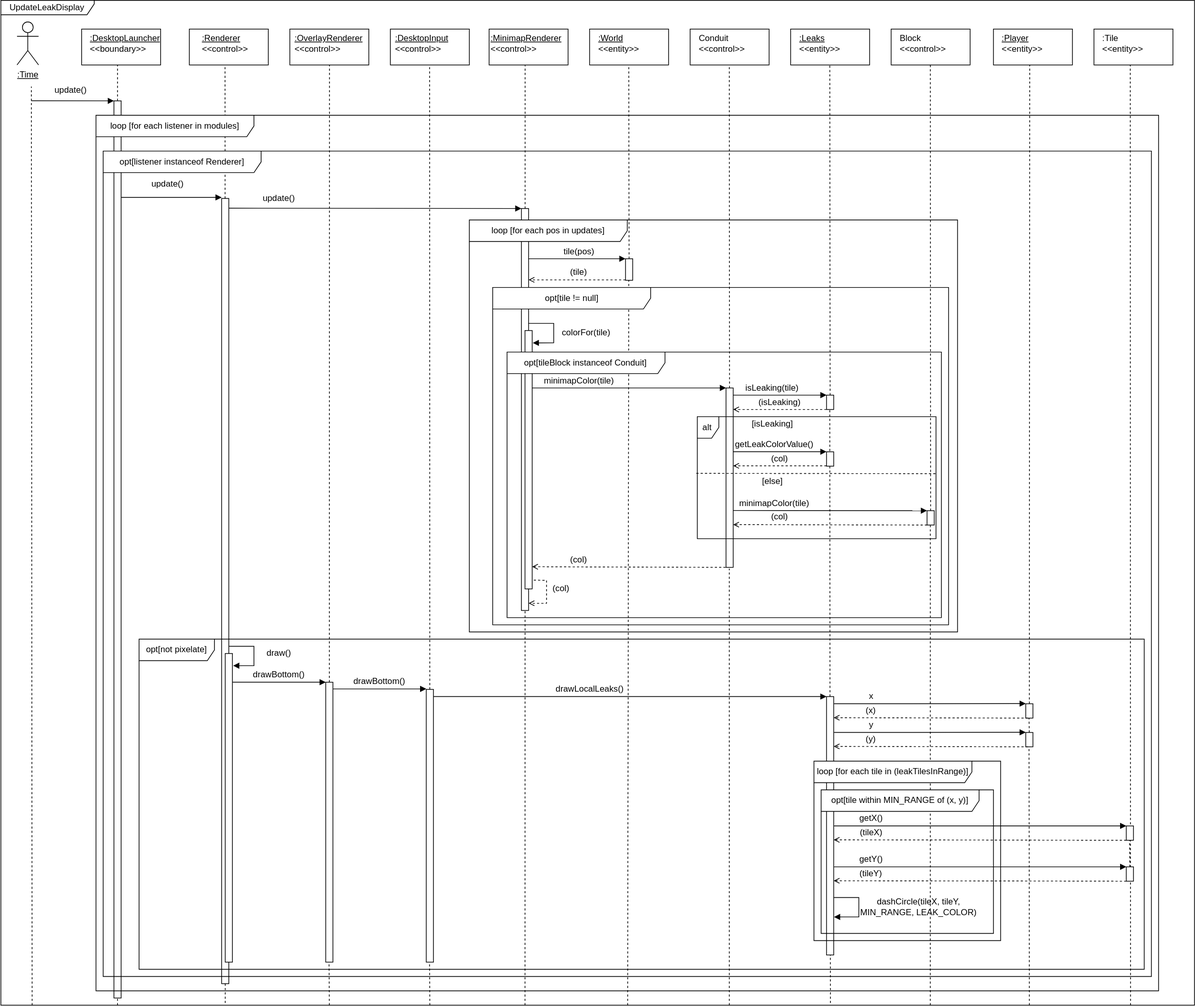
This is SE202526/Milestone3/UserStory2/assets/seqUpdateLeakDisplay.svg from gabits17/Mindustry-Add-ons-SE-Project, a draw.io export, as it was before one commit. Source tidied: cells renumbered, new cells last; positions are measured from the earlier drawing's top-left corner, leaving out a move shared by most shapes.
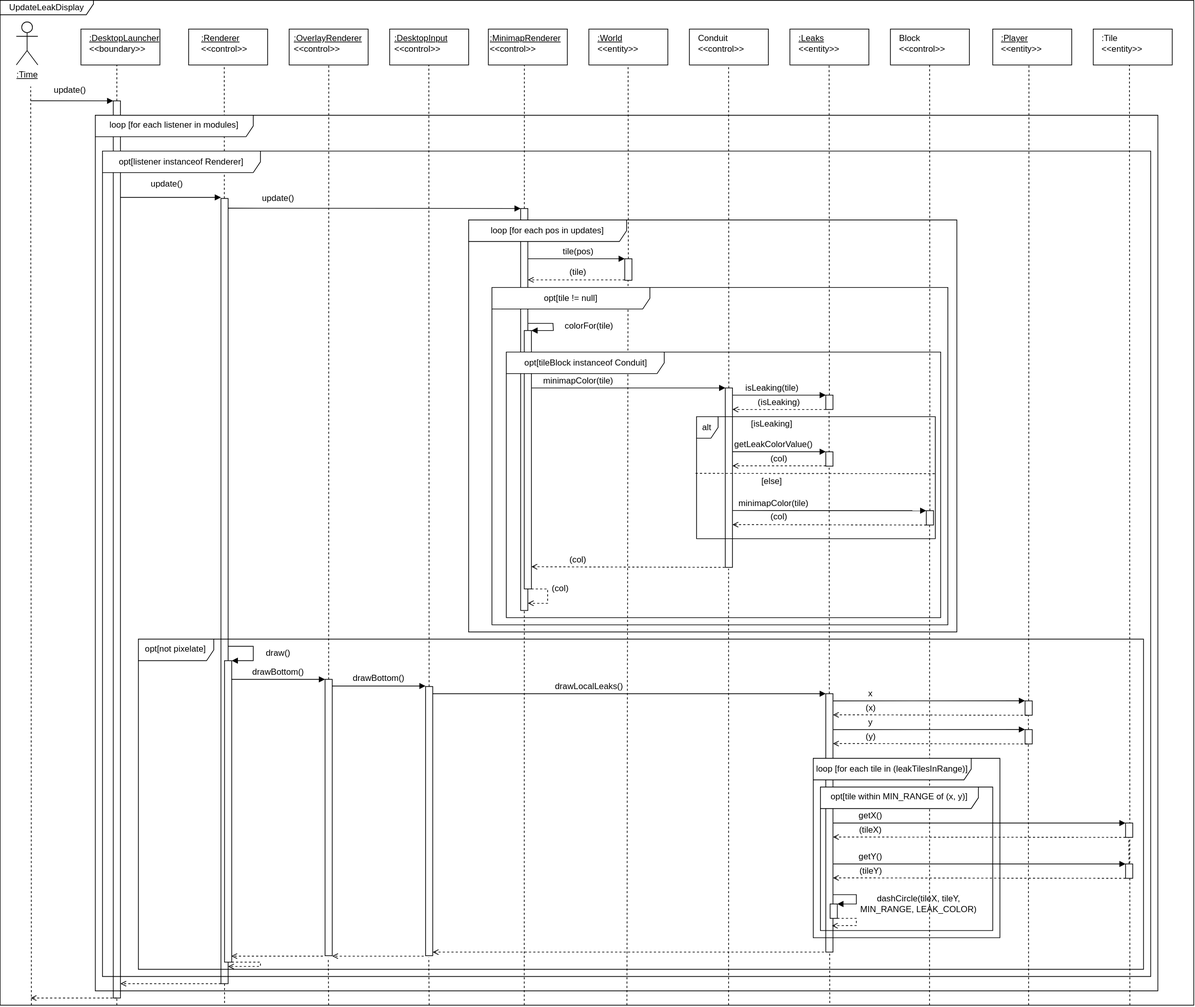
Above is the later version.

What changed in the source:
```diff
@@ -6,7 +6,7 @@
       <mxGeometry x="307" y="276" width="10" height="1094" as="geometry" />
     </mxCell>
     <mxCell id="3" style="rounded=0;whiteSpace=wrap;html=1;" parent="1" vertex="1">
-      <mxGeometry x="312" y="910" width="10" height="430" as="geometry" />
+      <mxGeometry x="312" y="920" width="10" height="420" as="geometry" />
     </mxCell>
     <mxCell id="4" style="endArrow=none;dashed=1;html=1;rounded=0;entryX=0.456;entryY=1.007;entryDx=0;entryDy=0;entryPerimeter=0;" parent="1" edge="1" target="11">
       <mxGeometry relative="1" as="geometry">
@@ -157,12 +157,12 @@
     <mxCell id="42" style="rounded=0;whiteSpace=wrap;html=1;" parent="1" vertex="1">
       <mxGeometry x="729.5" y="460" width="10" height="360" as="geometry" />
     </mxCell>
-    <mxCell id="43" style="endArrow=block;html=1;rounded=0;endFill=1;entryX=1.076;entryY=0.048;entryDx=0;entryDy=0;entryPerimeter=0;" parent="1" edge="1" target="42">
+    <mxCell id="43" style="endArrow=block;html=1;rounded=0;endFill=1;entryX=1;entryY=0;entryDx=0;entryDy=0;" parent="1" edge="1" target="42">
       <mxGeometry relative="1" as="geometry">
         <mxPoint x="734.5" y="450" as="sourcePoint" />
         <Array as="points">
           <mxPoint x="769.5" y="450" />
-          <mxPoint x="769.5" y="477" />
+          <mxPoint x="770" y="460" />
         </Array>
       </mxGeometry>
     </mxCell>
@@ -170,7 +170,7 @@
       <mxGeometry x="704.5" y="490" width="605" height="370" as="geometry" />
     </mxCell>
     <mxCell id="45" value="colorFor(tile)" style="text;html=1;whiteSpace=wrap;strokeColor=none;fillColor=none;align=center;verticalAlign=middle;rounded=0;" parent="1" vertex="1">
-      <mxGeometry x="769.5" y="453" width="90" height="20" as="geometry" />
+      <mxGeometry x="774.5" y="444" width="90" height="20" as="geometry" />
     </mxCell>
     <mxCell id="46" style="endArrow=none;dashed=1;html=1;rounded=0;entryX=0.456;entryY=1.007;entryDx=0;entryDy=0;entryPerimeter=0;" parent="1" edge="1" target="47">
       <mxGeometry relative="1" as="geometry">
@@ -299,12 +299,12 @@
     <mxCell id="78" value="(col)" style="text;html=1;whiteSpace=wrap;strokeColor=none;fillColor=none;align=center;verticalAlign=middle;rounded=0;" parent="1" vertex="1">
       <mxGeometry x="1047" y="710.4" width="75" height="20" as="geometry" />
     </mxCell>
-    <mxCell id="79" style="endArrow=open;html=1;rounded=0;endFill=0;dashed=1;entryX=1.058;entryY=0.718;entryDx=0;entryDy=0;entryPerimeter=0;exitX=1.226;exitY=0.966;exitDx=0;exitDy=0;exitPerimeter=0;" parent="1" edge="1" source="42">
+    <mxCell id="79" style="endArrow=open;html=1;rounded=0;endFill=0;dashed=1;entryX=1.058;entryY=0.718;entryDx=0;entryDy=0;entryPerimeter=0;exitX=1;exitY=1;exitDx=0;exitDy=0;" parent="1" edge="1" source="42">
       <mxGeometry relative="1" as="geometry">
         <mxPoint x="734.5" y="840" as="targetPoint" />
         <Array as="points">
-          <mxPoint x="759.5" y="808" />
-          <mxPoint x="759.5" y="840" />
+          <mxPoint x="762" y="820" />
+          <mxPoint x="762" y="840" />
         </Array>
       </mxGeometry>
     </mxCell>
@@ -314,13 +314,12 @@
     <mxCell id="81" value="opt[not pixelate]" style="shape=umlFrame;whiteSpace=wrap;html=1;width=105;height=30;" parent="1" vertex="1">
       <mxGeometry x="192" y="890" width="1400" height="460" as="geometry" />
     </mxCell>
-    <mxCell id="82" style="endArrow=block;html=1;rounded=0;endFill=1;entryX=1.076;entryY=0.048;entryDx=0;entryDy=0;entryPerimeter=0;" parent="1" edge="1">
+    <mxCell id="82" style="endArrow=block;html=1;rounded=0;endFill=1;entryX=1;entryY=0;entryDx=0;entryDy=0;" parent="1" edge="1" target="3">
       <mxGeometry relative="1" as="geometry">
         <mxPoint x="317" y="900" as="sourcePoint" />
-        <mxPoint x="323" y="927" as="targetPoint" />
         <Array as="points">
           <mxPoint x="352" y="900" />
-          <mxPoint x="352" y="927" />
+          <mxPoint x="352" y="920" />
         </Array>
       </mxGeometry>
     </mxCell>
@@ -344,16 +343,16 @@
       </mxGeometry>
     </mxCell>
     <mxCell id="88" style="rounded=0;whiteSpace=wrap;html=1;" parent="1" vertex="1">
-      <mxGeometry x="452" y="950" width="10" height="390" as="geometry" />
+      <mxGeometry x="452" y="946" width="10" height="385" as="geometry" />
     </mxCell>
     <mxCell id="89" style="endArrow=block;html=1;rounded=0;endFill=1;" parent="1" edge="1">
       <mxGeometry relative="1" as="geometry">
-        <mxPoint x="322" y="950" as="sourcePoint" />
-        <mxPoint x="452" y="950" as="targetPoint" />
+        <mxPoint x="322" y="946" as="sourcePoint" />
+        <mxPoint x="452" y="946" as="targetPoint" />
       </mxGeometry>
     </mxCell>
     <mxCell id="90" value="drawBottom()" style="text;html=1;whiteSpace=wrap;strokeColor=none;fillColor=none;align=center;verticalAlign=middle;rounded=0;" parent="1" vertex="1">
-      <mxGeometry x="357" y="930" width="60" height="20" as="geometry" />
+      <mxGeometry x="357" y="926" width="60" height="20" as="geometry" />
     </mxCell>
     <mxCell id="91" value="&lt;div style=&quot;text-align: left;&quot;&gt;&lt;br&gt;&lt;/div&gt;" style="rounded=0;whiteSpace=wrap;html=1;" parent="1" vertex="1">
       <mxGeometry x="542" y="40" width="110" height="50" as="geometry" />
@@ -372,16 +371,16 @@
       </mxGeometry>
     </mxCell>
     <mxCell id="95" style="rounded=0;whiteSpace=wrap;html=1;" parent="1" vertex="1">
-      <mxGeometry x="592" y="960" width="10" height="380" as="geometry" />
+      <mxGeometry x="592" y="956" width="10" height="375" as="geometry" />
     </mxCell>
     <mxCell id="96" style="endArrow=block;html=1;rounded=0;endFill=1;" parent="1" edge="1">
       <mxGeometry relative="1" as="geometry">
-        <mxPoint x="462" y="959.3" as="sourcePoint" />
-        <mxPoint x="592" y="959.3" as="targetPoint" />
+        <mxPoint x="462" y="955.3" as="sourcePoint" />
+        <mxPoint x="592" y="955.3" as="targetPoint" />
       </mxGeometry>
     </mxCell>
     <mxCell id="97" value="drawBottom()" style="text;html=1;whiteSpace=wrap;strokeColor=none;fillColor=none;align=center;verticalAlign=middle;rounded=0;" parent="1" vertex="1">
-      <mxGeometry x="497" y="939.3" width="60" height="20" as="geometry" />
+      <mxGeometry x="497" y="935.3" width="60" height="20" as="geometry" />
     </mxCell>
     <mxCell id="98" style="endArrow=none;dashed=1;html=1;rounded=0;" parent="1" edge="1">
       <mxGeometry relative="1" as="geometry">
@@ -390,15 +389,15 @@
       </mxGeometry>
     </mxCell>
     <mxCell id="99" style="rounded=0;whiteSpace=wrap;html=1;" parent="1" vertex="1">
-      <mxGeometry x="1149.5" y="970" width="10" height="360" as="geometry" />
+      <mxGeometry x="1149.5" y="966" width="10" height="360" as="geometry" />
     </mxCell>
     <mxCell id="100" style="endArrow=block;html=1;rounded=0;endFill=1;entryX=0;entryY=0;entryDx=0;entryDy=0;" parent="1" edge="1" target="99">
       <mxGeometry relative="1" as="geometry">
-        <mxPoint x="602" y="970" as="sourcePoint" />
+        <mxPoint x="602" y="966" as="sourcePoint" />
       </mxGeometry>
     </mxCell>
     <mxCell id="101" value="drawLocalLeaks()" style="text;html=1;whiteSpace=wrap;strokeColor=none;fillColor=none;align=center;verticalAlign=middle;rounded=0;" parent="1" vertex="1">
-      <mxGeometry x="789.5" y="950" width="60" height="20" as="geometry" />
+      <mxGeometry x="789.5" y="946" width="60" height="20" as="geometry" />
     </mxCell>
     <mxCell id="102" value="&lt;div style=&quot;text-align: left;&quot;&gt;&lt;br&gt;&lt;/div&gt;" style="rounded=0;whiteSpace=wrap;html=1;" parent="1" vertex="1">
       <mxGeometry x="1382" y="40" width="110" height="50" as="geometry" />
@@ -415,7 +414,7 @@
       <mxGeometry relative="1" as="geometry" />
     </mxCell>
     <mxCell id="106" style="rounded=0;whiteSpace=wrap;html=1;" parent="1" vertex="1">
-      <mxGeometry x="1427" y="980" width="10" height="20" as="geometry" />
+      <mxGeometry x="1427" y="976" width="10" height="20" as="geometry" />
     </mxCell>
     <mxCell id="107" style="endArrow=none;dashed=1;html=1;rounded=0;entryX=0.456;entryY=1.007;entryDx=0;entryDy=0;entryPerimeter=0;" parent="1" edge="1" target="108">
       <mxGeometry relative="1" as="geometry">
@@ -423,49 +422,49 @@
       </mxGeometry>
     </mxCell>
     <mxCell id="108" style="rounded=0;whiteSpace=wrap;html=1;" parent="1" vertex="1">
-      <mxGeometry x="1427" y="1020" width="10" height="20" as="geometry" />
+      <mxGeometry x="1427" y="1016" width="10" height="20" as="geometry" />
     </mxCell>
     <mxCell id="109" style="endArrow=block;html=1;rounded=0;endFill=1;entryX=0;entryY=0;entryDx=0;entryDy=0;" parent="1" edge="1">
       <mxGeometry relative="1" as="geometry">
-        <mxPoint x="1160" y="980" as="sourcePoint" />
-        <mxPoint x="1427" y="979.8" as="targetPoint" />
+        <mxPoint x="1160" y="976" as="sourcePoint" />
+        <mxPoint x="1427" y="975.8" as="targetPoint" />
       </mxGeometry>
     </mxCell>
     <mxCell id="110" value="x" style="text;html=1;whiteSpace=wrap;strokeColor=none;fillColor=none;align=center;verticalAlign=middle;rounded=0;" parent="1" vertex="1">
-      <mxGeometry x="1202" y="960" width="20" height="20" as="geometry" />
+      <mxGeometry x="1202" y="956" width="20" height="20" as="geometry" />
     </mxCell>
     <mxCell id="111" style="endArrow=open;html=1;rounded=0;endFill=0;dashed=1;exitX=0;exitY=1;exitDx=0;exitDy=0;" parent="1" edge="1">
       <mxGeometry relative="1" as="geometry">
-        <mxPoint x="1430" y="1000" as="sourcePoint" />
-        <mxPoint x="1159.5" y="999.4" as="targetPoint" />
+        <mxPoint x="1430" y="996" as="sourcePoint" />
+        <mxPoint x="1159.5" y="995.4" as="targetPoint" />
       </mxGeometry>
     </mxCell>
     <mxCell id="112" value="(x)" style="text;html=1;whiteSpace=wrap;strokeColor=none;fillColor=none;align=center;verticalAlign=middle;rounded=0;" parent="1" vertex="1">
-      <mxGeometry x="1174.5" y="980" width="75" height="20" as="geometry" />
+      <mxGeometry x="1174.5" y="976" width="75" height="20" as="geometry" />
     </mxCell>
     <mxCell id="113" style="endArrow=block;html=1;rounded=0;endFill=1;entryX=0;entryY=0;entryDx=0;entryDy=0;exitX=1.085;exitY=0.036;exitDx=0;exitDy=0;exitPerimeter=0;" parent="1" edge="1">
       <mxGeometry relative="1" as="geometry">
-        <mxPoint x="1160" y="1020" as="sourcePoint" />
-        <mxPoint x="1427" y="1019.8" as="targetPoint" />
+        <mxPoint x="1160" y="1016" as="sourcePoint" />
+        <mxPoint x="1427" y="1015.8" as="targetPoint" />
       </mxGeometry>
     </mxCell>
     <mxCell id="114" value="y" style="text;html=1;whiteSpace=wrap;strokeColor=none;fillColor=none;align=center;verticalAlign=middle;rounded=0;" parent="1" vertex="1">
-      <mxGeometry x="1202" y="1000" width="20" height="20" as="geometry" />
+      <mxGeometry x="1202" y="996" width="20" height="20" as="geometry" />
     </mxCell>
     <mxCell id="115" style="endArrow=open;html=1;rounded=0;endFill=0;dashed=1;exitX=0;exitY=1;exitDx=0;exitDy=0;" parent="1" edge="1">
       <mxGeometry relative="1" as="geometry">
-        <mxPoint x="1430" y="1040" as="sourcePoint" />
-        <mxPoint x="1159.5" y="1039.4" as="targetPoint" />
+        <mxPoint x="1430" y="1036" as="sourcePoint" />
+        <mxPoint x="1159.5" y="1035.4" as="targetPoint" />
       </mxGeometry>
     </mxCell>
     <mxCell id="116" value="(y)" style="text;html=1;whiteSpace=wrap;strokeColor=none;fillColor=none;align=center;verticalAlign=middle;rounded=0;" parent="1" vertex="1">
-      <mxGeometry x="1174.5" y="1020" width="75" height="20" as="geometry" />
+      <mxGeometry x="1174.5" y="1016" width="75" height="20" as="geometry" />
     </mxCell>
     <mxCell id="117" value="loop [for each tile in (leakTilesInRange)]" style="shape=umlFrame;whiteSpace=wrap;html=1;width=220;height=30;" parent="1" vertex="1">
-      <mxGeometry x="1132" y="1060" width="260" height="250" as="geometry" />
+      <mxGeometry x="1132" y="1056" width="260" height="250" as="geometry" />
     </mxCell>
     <mxCell id="118" value="opt[tile within MIN_RANGE of (x, y)]" style="shape=umlFrame;whiteSpace=wrap;html=1;width=220;height=30;" parent="1" vertex="1">
-      <mxGeometry x="1142" y="1100" width="240" height="200" as="geometry" />
+      <mxGeometry x="1142" y="1096" width="240" height="200" as="geometry" />
     </mxCell>
     <mxCell id="119" value="&lt;div style=&quot;text-align: left;&quot;&gt;&lt;br&gt;&lt;/div&gt;" style="rounded=0;whiteSpace=wrap;html=1;" parent="1" vertex="1">
       <mxGeometry x="1522" y="40" width="110" height="50" as="geometry" />
@@ -483,54 +482,104 @@
       <mxGeometry relative="1" as="geometry" />
     </mxCell>
     <mxCell id="123" style="rounded=0;whiteSpace=wrap;html=1;" parent="1" vertex="1">
-      <mxGeometry x="1567" y="1150.2" width="10" height="20" as="geometry" />
+      <mxGeometry x="1567" y="1146.2" width="10" height="20" as="geometry" />
     </mxCell>
     <mxCell id="124" style="rounded=0;whiteSpace=wrap;html=1;" parent="1" vertex="1">
-      <mxGeometry x="1567" y="1207.2" width="10" height="20" as="geometry" />
+      <mxGeometry x="1567" y="1203.2" width="10" height="20" as="geometry" />
     </mxCell>
     <mxCell id="125" style="endArrow=block;html=1;rounded=0;endFill=1;exitX=1.085;exitY=0.036;exitDx=0;exitDy=0;exitPerimeter=0;entryX=0;entryY=0;entryDx=0;entryDy=0;" parent="1" edge="1" target="123">
       <mxGeometry relative="1" as="geometry">
-        <mxPoint x="1160" y="1150.2" as="sourcePoint" />
+        <mxPoint x="1160" y="1146.2" as="sourcePoint" />
       </mxGeometry>
     </mxCell>
     <mxCell id="126" style="endArrow=open;html=1;rounded=0;endFill=0;dashed=1;exitX=0;exitY=1;exitDx=0;exitDy=0;" parent="1" edge="1" source="123">
       <mxGeometry relative="1" as="geometry">
-        <mxPoint x="1159.5" y="1169.6" as="targetPoint" />
+        <mxPoint x="1159.5" y="1165.6" as="targetPoint" />
       </mxGeometry>
     </mxCell>
     <mxCell id="127" style="endArrow=block;html=1;rounded=0;endFill=1;entryX=0;entryY=0;entryDx=0;entryDy=0;exitX=1.085;exitY=0.036;exitDx=0;exitDy=0;exitPerimeter=0;" parent="1" edge="1" target="124">
       <mxGeometry relative="1" as="geometry">
-        <mxPoint x="1160" y="1207.2" as="sourcePoint" />
+        <mxPoint x="1160" y="1203.2" as="sourcePoint" />
       </mxGeometry>
     </mxCell>
     <mxCell id="128" value="getY()" style="text;html=1;whiteSpace=wrap;strokeColor=none;fillColor=none;align=center;verticalAlign=middle;rounded=0;" parent="1" vertex="1">
-      <mxGeometry x="1202" y="1187.2" width="20" height="20" as="geometry" />
+      <mxGeometry x="1202" y="1183.2" width="20" height="20" as="geometry" />
     </mxCell>
     <mxCell id="129" style="endArrow=open;html=1;rounded=0;endFill=0;dashed=1;exitX=0;exitY=1;exitDx=0;exitDy=0;" parent="1" edge="1" source="124">
       <mxGeometry relative="1" as="geometry">
-        <mxPoint x="1159.5" y="1226.6" as="targetPoint" />
+        <mxPoint x="1159.5" y="1222.6" as="targetPoint" />
       </mxGeometry>
     </mxCell>
     <mxCell id="130" value="(tileY)" style="text;html=1;whiteSpace=wrap;strokeColor=none;fillColor=none;align=center;verticalAlign=middle;rounded=0;" parent="1" vertex="1">
-      <mxGeometry x="1174.5" y="1207.2" width="75" height="20" as="geometry" />
+      <mxGeometry x="1174.5" y="1203.2" width="75" height="20" as="geometry" />
     </mxCell>
     <mxCell id="131" value="getX()" style="text;html=1;whiteSpace=wrap;strokeColor=none;fillColor=none;align=center;verticalAlign=middle;rounded=0;" parent="1" vertex="1">
-      <mxGeometry x="1202" y="1130.2" width="20" height="20" as="geometry" />
+      <mxGeometry x="1202" y="1126.2" width="20" height="20" as="geometry" />
     </mxCell>
     <mxCell id="132" value="(tileX)" style="text;html=1;whiteSpace=wrap;strokeColor=none;fillColor=none;align=center;verticalAlign=middle;rounded=0;" parent="1" vertex="1">
-      <mxGeometry x="1202" y="1150.2" width="20" height="20" as="geometry" />
+      <mxGeometry x="1202" y="1146.2" width="20" height="20" as="geometry" />
     </mxCell>
-    <mxCell id="133" style="endArrow=block;html=1;rounded=0;endFill=1;entryX=1.046;entryY=0.853;entryDx=0;entryDy=0;entryPerimeter=0;" parent="1" edge="1" target="99">
+    <mxCell id="133" style="endArrow=block;html=1;rounded=0;endFill=1;entryX=1;entryY=0;entryDx=0;entryDy=0;" parent="1" edge="1" target="135">
       <mxGeometry relative="1" as="geometry">
-        <mxPoint x="1159.5" y="1250" as="sourcePoint" />
+        <mxPoint x="1159.5" y="1246" as="sourcePoint" />
         <Array as="points">
-          <mxPoint x="1194.5" y="1250" />
-          <mxPoint x="1194.5" y="1277" />
+          <mxPoint x="1192" y="1246" />
+          <mxPoint x="1192" y="1259" />
         </Array>
       </mxGeometry>
     </mxCell>
     <mxCell id="134" value="dashCircle(tileX, tileY, MIN_RANGE, LEAK_COLOR)" style="text;html=1;whiteSpace=wrap;strokeColor=none;fillColor=none;align=center;verticalAlign=middle;rounded=0;" parent="1" vertex="1">
-      <mxGeometry x="1194.5" y="1253" width="167.5" height="20" as="geometry" />
+      <mxGeometry x="1194.5" y="1249" width="167.5" height="20" as="geometry" />
     </mxCell>
+    <mxCell id="135" style="rounded=0;whiteSpace=wrap;html=1;" parent="1" vertex="1">
+      <mxGeometry x="1155.5" y="1259" width="10" height="20" as="geometry" />
+    </mxCell>
+    <mxCell id="136" style="endArrow=open;html=1;rounded=0;endFill=0;dashed=1;entryX=0.85;entryY=0.898;entryDx=0;entryDy=0;entryPerimeter=0;exitX=1;exitY=1;exitDx=0;exitDy=0;" parent="1" edge="1" target="99">
+      <mxGeometry relative="1" as="geometry">
+        <mxPoint x="1165.5" y="1279" as="sourcePoint" />
+        <Array as="points">
+          <mxPoint x="1192" y="1279" />
+          <mxPoint x="1192" y="1289" />
+        </Array>
+      </mxGeometry>
+    </mxCell>
+    <mxCell id="137" style="endArrow=open;html=1;rounded=0;endFill=0;entryX=0;entryY=0;entryDx=0;entryDy=0;dashed=1;" parent="1" edge="1">
+      <mxGeometry relative="1" as="geometry">
+        <mxPoint x="1147" y="1326" as="sourcePoint" />
+        <mxPoint x="602" y="1326" as="targetPoint" />
+      </mxGeometry>
+    </mxCell>
+    <mxCell id="138" style="endArrow=open;html=1;rounded=0;endFill=0;dashed=1;" parent="1" edge="1">
+      <mxGeometry relative="1" as="geometry">
+        <mxPoint x="589.5" y="1331.7" as="sourcePoint" />
+        <mxPoint x="462" y="1331.7" as="targetPoint" />
+      </mxGeometry>
+    </mxCell>
+    <mxCell id="139" style="endArrow=open;html=1;rounded=0;endFill=0;dashed=1;" parent="1" edge="1">
+      <mxGeometry relative="1" as="geometry">
+        <mxPoint x="449" y="1331.6" as="sourcePoint" />
+        <mxPoint x="321.5" y="1331.6" as="targetPoint" />
+      </mxGeometry>
+    </mxCell>
+    <mxCell id="140" style="endArrow=open;html=1;rounded=0;endFill=0;dashed=1;exitX=1;exitY=1;exitDx=0;exitDy=0;" parent="1" edge="1">
+      <mxGeometry relative="1" as="geometry">
+        <mxPoint x="322" y="1340" as="sourcePoint" />
+        <mxPoint x="317" y="1346" as="targetPoint" />
+        <Array as="points">
+          <mxPoint x="362" y="1340" />
+          <mxPoint x="362" y="1346" />
+        </Array>
+      </mxGeometry>
+    </mxCell>
+    <mxCell id="141" style="endArrow=open;html=1;rounded=0;endFill=0;dashed=1;exitX=0;exitY=1;exitDx=0;exitDy=0;" parent="1" edge="1" source="2">
+      <mxGeometry relative="1" as="geometry">
+        <mxPoint x="167" y="1370" as="targetPoint" />
+      </mxGeometry>
+    </mxCell>
+    <mxCell id="142" style="endArrow=open;html=1;rounded=0;endFill=0;dashed=1;exitX=0.5;exitY=1;exitDx=0;exitDy=0;exitPerimeter=0;" parent="1" edge="1" source="22">
+      <mxGeometry relative="1" as="geometry">
+        <mxPoint x="42" y="1390" as="targetPoint" />
+      </mxGeometry>
+    </mxCell>
   </root>
 </mxGraphModel>
```
